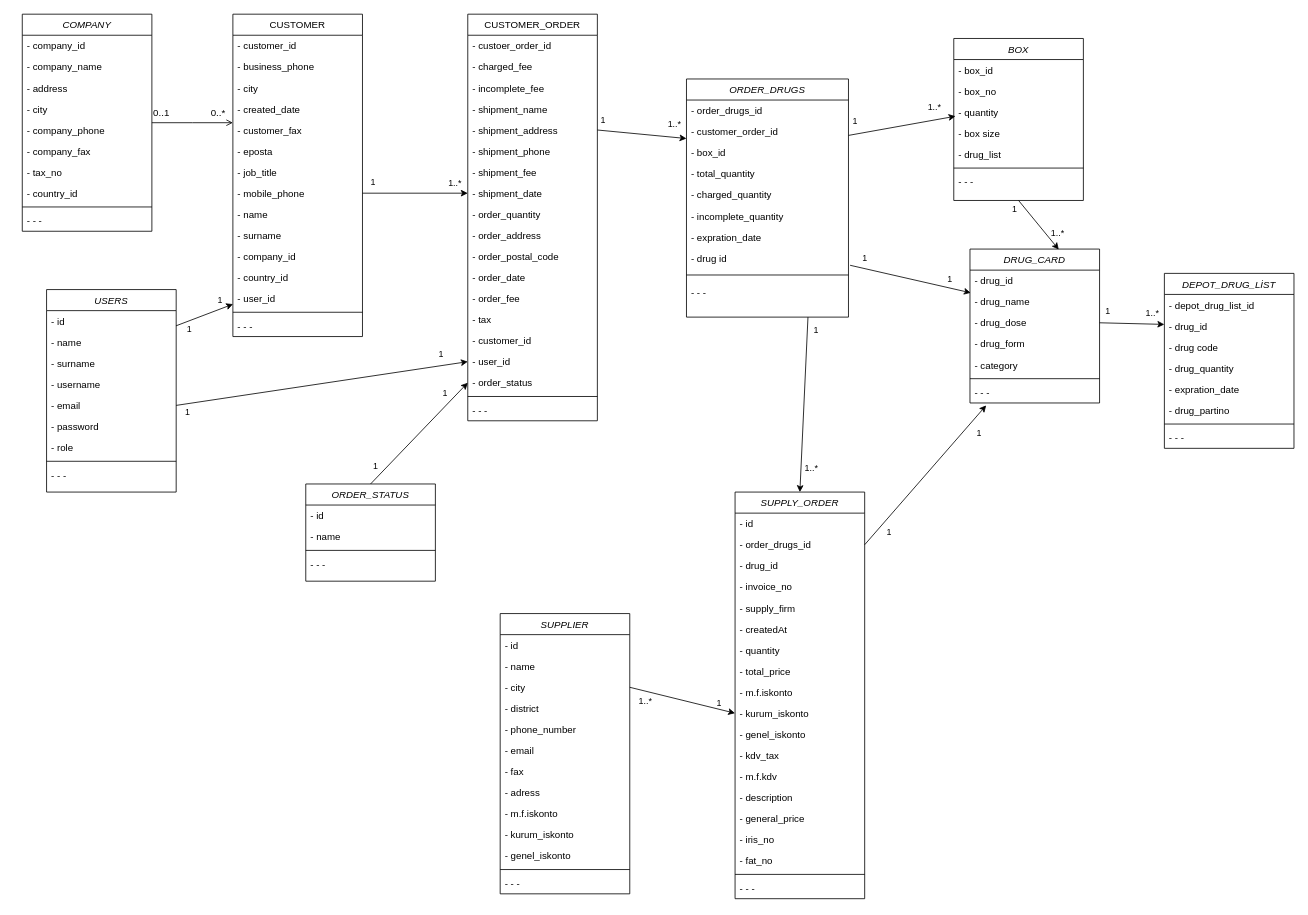
viacelal/diagram keeps this draw.io diagram as Untitled Diagram.drawio. Above is the earlier version. Source tidied: cells renumbered, new cells numbered last; positions are measured from the earlier drawing's top-left corner, leaving out a move shared by most shapes. Both pictures are drawn from the tidied source at 81%, with x=0, y=0 at pixel (22, 14).
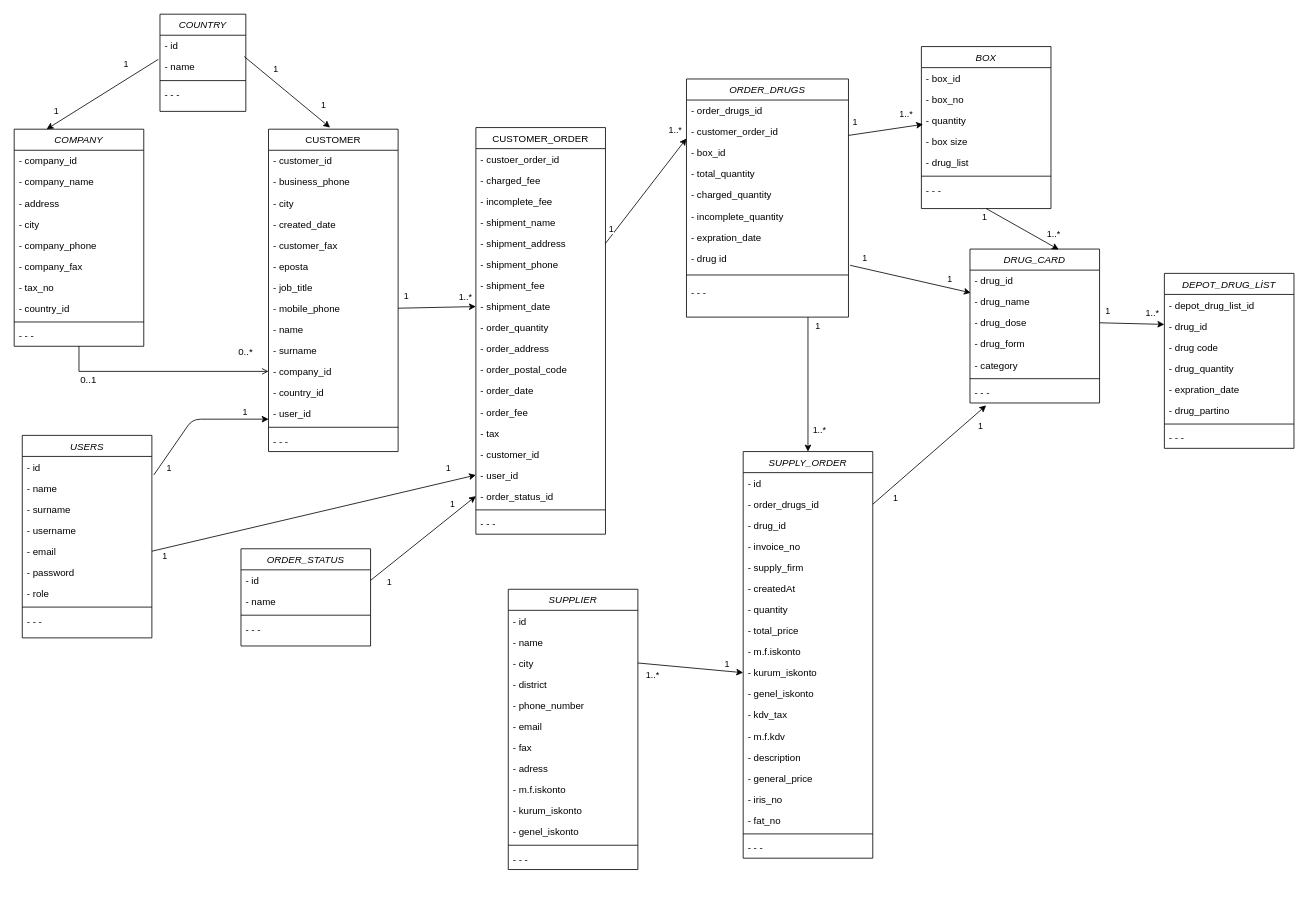
After the change.

Unchanged cells that the change refers to:
```xml
<mxCell id="24" value="- company_id" style="text;align=left;verticalAlign=top;spacingLeft=4;spacingRight=4;overflow=hidden;points=[[0,0.5],[1,0.5]];portConstraint=eastwest;rounded=0;shadow=0;html=0;" parent="13" vertex="1">
  <mxGeometry y="286" width="160" height="26" as="geometry" />
</mxCell>
<mxCell id="26" value="- user_id" style="text;align=left;verticalAlign=top;spacingLeft=4;spacingRight=4;overflow=hidden;points=[[0,0.5],[1,0.5]];portConstraint=eastwest;rounded=0;shadow=0;html=0;" parent="13" vertex="1">
  <mxGeometry y="338" width="160" height="26" as="geometry" />
</mxCell>
<mxCell id="70" value="- id" style="text;align=left;verticalAlign=top;spacingLeft=4;spacingRight=4;overflow=hidden;points=[[0,0.5],[1,0.5]];portConstraint=eastwest;" parent="69" vertex="1">
  <mxGeometry y="26" width="160" height="26" as="geometry" />
</mxCell>
<mxCell id="71" value="- name" style="text;align=left;verticalAlign=top;spacingLeft=4;spacingRight=4;overflow=hidden;points=[[0,0.5],[1,0.5]];portConstraint=eastwest;" parent="69" vertex="1">
  <mxGeometry y="52" width="160" height="26" as="geometry" />
</mxCell>
<mxCell id="149" value="- id" style="text;align=left;verticalAlign=top;spacingLeft=4;spacingRight=4;overflow=hidden;points=[[0,0.5],[1,0.5]];portConstraint=eastwest;" parent="148" vertex="1">
  <mxGeometry y="26" width="160" height="26" as="geometry" />
</mxCell>
<mxCell id="164" style="endArrow=classic;html=1;entryX=0.013;entryY=-0.308;entryDx=0;entryDy=0;entryPerimeter=0;exitX=1.001;exitY=0.678;exitDx=0;exitDy=0;exitPerimeter=0;" parent="1" edge="1" source="57" target="112">
  <mxGeometry relative="1" as="geometry" />
</mxCell>
```

Change to the diagram source:
```diff
@@
     <mxCell id="2" value="COMPANY&#10;" style="swimlane;fontStyle=2;align=center;verticalAlign=top;horizontal=1;startSize=26;rounded=0;shadow=0;strokeWidth=1;" parent="1" vertex="1">
-      <mxGeometry width="160" height="268" as="geometry" />
+      <mxGeometry x="-10" y="142" width="160" height="268" as="geometry" />
     </mxCell>
@@
     <mxCell id="13" value="CUSTOMER&#10;" style="swimlane;fontStyle=0;align=center;verticalAlign=top;horizontal=1;startSize=26;rounded=0;shadow=0;strokeWidth=1;" parent="1" vertex="1">
-      <mxGeometry x="260" width="160" height="398" as="geometry" />
+      <mxGeometry x="304" y="142" width="160" height="398" as="geometry" />
     </mxCell>
@@
-    <mxCell id="29" style="endArrow=open;shadow=0;strokeWidth=1;rounded=0;endFill=1;edgeStyle=elbowEdgeStyle;elbow=vertical;" parent="1" edge="1" source="2" target="13">
+    <mxCell id="29" style="endArrow=open;shadow=0;strokeWidth=1;rounded=0;endFill=1;edgeStyle=elbowEdgeStyle;elbow=vertical;entryX=0;entryY=0.5;entryDx=0;entryDy=0;" parent="1" edge="1" source="2" target="24">
       <mxGeometry x="0.5" y="41" relative="1" as="geometry">
+        <Array as="points">
+          <mxPoint x="240" y="441" />
+          <mxPoint x="210" y="460" />
+        </Array>
         <mxPoint x="-40" y="32" as="offset" />
       </mxGeometry>
     </mxCell>
     <mxCell id="30" value="0..1" style="align=left;verticalAlign=bottom;labelBackgroundColor=none;fontSize=12;" parent="29" vertex="1">
       <mxGeometry x="-1" relative="1" as="geometry">
-        <mxPoint y="-3.7" as="offset" />
+        <mxPoint y="49.3" as="offset" />
       </mxGeometry>
     </mxCell>
     <mxCell id="31" value="0..*" style="align=right;verticalAlign=bottom;labelBackgroundColor=none;fontSize=12;" parent="29" vertex="1">
       <mxGeometry x="1" relative="1" as="geometry">
-        <mxPoint x="-7.9" y="-3.7" as="offset" />
+        <mxPoint x="-17.9" y="-15.7" as="offset" />
       </mxGeometry>
     </mxCell>
     <mxCell id="32" value="CUSTOMER_ORDER" style="swimlane;fontStyle=0;align=center;verticalAlign=top;horizontal=1;startSize=26;rounded=0;shadow=0;strokeWidth=1;" parent="1" vertex="1">
-      <mxGeometry x="550" width="160" height="502" as="geometry" />
+      <mxGeometry x="560" y="140" width="160" height="502" as="geometry" />
     </mxCell>
@@
-    <mxCell id="49" value="- order_status" style="text;align=left;verticalAlign=top;spacingLeft=4;spacingRight=4;overflow=hidden;points=[[0,0.5],[1,0.5]];portConstraint=eastwest;rounded=0;shadow=0;html=0;" parent="32" vertex="1">
+    <mxCell id="49" value="- order_status_id" style="text;align=left;verticalAlign=top;spacingLeft=4;spacingRight=4;overflow=hidden;points=[[0,0.5],[1,0.5]];portConstraint=eastwest;rounded=0;shadow=0;html=0;" parent="32" vertex="1">
       <mxGeometry y="442" width="160" height="26" as="geometry" />
     </mxCell>
@@
     <mxCell id="69" value="USERS" style="swimlane;fontStyle=2;align=center;verticalAlign=top;horizontal=1;startSize=26;rounded=0;shadow=0;strokeWidth=1;" parent="1" vertex="1">
-      <mxGeometry x="30" y="340" width="160" height="250" as="geometry" />
+      <mxGeometry y="520" width="160" height="250" as="geometry" />
     </mxCell>
@@
-    <mxCell id="79" style="endArrow=classic;html=1;exitX=0.999;exitY=0.721;exitDx=0;exitDy=0;exitPerimeter=0;entryX=0.001;entryY=0.769;entryDx=0;entryDy=0;entryPerimeter=0;" parent="1" edge="1" source="70" target="26">
-      <mxGeometry relative="1" as="geometry" />
+    <mxCell id="79" style="endArrow=classic;html=1;exitX=1.015;exitY=-0.121;exitDx=0;exitDy=0;exitPerimeter=0;entryX=0.001;entryY=0.769;entryDx=0;entryDy=0;entryPerimeter=0;" parent="1" edge="1" source="71" target="26">
+      <mxGeometry relative="1" as="geometry">
+        <Array as="points">
+          <mxPoint x="210" y="500" />
+        </Array>
+      </mxGeometry>
     </mxCell>
@@
     <mxCell id="85" value="SUPPLY_ORDER" style="swimlane;fontStyle=2;align=center;verticalAlign=top;horizontal=1;startSize=26;rounded=0;shadow=0;strokeWidth=1;" parent="1" vertex="1">
-      <mxGeometry x="880" y="590" width="160" height="502" as="geometry" />
+      <mxGeometry x="890" y="540" width="160" height="502" as="geometry" />
     </mxCell>
@@
     <mxCell id="108" value="BOX" style="swimlane;fontStyle=2;align=center;verticalAlign=top;horizontal=1;startSize=26;rounded=0;shadow=0;strokeWidth=1;" parent="1" vertex="1">
-      <mxGeometry x="1150" y="30" width="160" height="200" as="geometry" />
+      <mxGeometry x="1110" y="40" width="160" height="200" as="geometry" />
     </mxCell>
@@
     <mxCell id="128" value="SUPPLIER" style="swimlane;fontStyle=2;align=center;verticalAlign=top;horizontal=1;startSize=26;rounded=0;shadow=0;strokeWidth=1;" parent="1" vertex="1">
-      <mxGeometry x="590" y="740" width="160" height="346" as="geometry" />
+      <mxGeometry x="600" y="710" width="160" height="346" as="geometry" />
     </mxCell>
@@
     <mxCell id="148" value="ORDER_STATUS" style="swimlane;fontStyle=2;align=center;verticalAlign=top;horizontal=1;startSize=26;rounded=0;shadow=0;strokeWidth=1;" parent="1" vertex="1">
-      <mxGeometry x="350" y="580" width="160" height="120" as="geometry" />
+      <mxGeometry x="270" y="660" width="160" height="120" as="geometry" />
     </mxCell>
@@
-    <mxCell id="153" style="endArrow=classic;html=1;exitX=0.5;exitY=0;exitDx=0;exitDy=0;entryX=0;entryY=0.5;entryDx=0;entryDy=0;" parent="1" edge="1" source="148" target="49">
+    <mxCell id="153" style="endArrow=classic;html=1;exitX=1;exitY=0.5;exitDx=0;exitDy=0;entryX=0;entryY=0.5;entryDx=0;entryDy=0;" parent="1" edge="1" source="149" target="49">
       <mxGeometry relative="1" as="geometry" />
     </mxCell>
     <mxCell id="154" value="1" style="edgeLabel;html=1;align=center;verticalAlign=middle;" parent="153" vertex="1">
       <mxGeometry x="-0.72" y="-2" relative="1" as="geometry">
-        <mxPoint x="-13" y="-7" as="offset" />
+        <mxPoint x="3" y="14" as="offset" />
       </mxGeometry>
     </mxCell>
@@
     <mxCell id="166" value="1" style="edgeLabel;html=1;align=center;verticalAlign=middle;" parent="164" vertex="1">
       <mxGeometry x="-0.84" y="-1" relative="1" as="geometry">
-        <mxPoint x="-4" y="-17" as="offset" />
+        <mxPoint y="-17" as="offset" />
       </mxGeometry>
     </mxCell>
@@
+    <mxCell id="173" value="COUNTRY" style="swimlane;fontStyle=2;align=center;verticalAlign=top;horizontal=1;startSize=26;rounded=0;shadow=0;strokeWidth=1;" parent="1" vertex="1">
+      <mxGeometry x="170" width="106" height="120" as="geometry" />
+    </mxCell>
+    <mxCell id="174" value="- id" style="text;align=left;verticalAlign=top;spacingLeft=4;spacingRight=4;overflow=hidden;points=[[0,0.5],[1,0.5]];portConstraint=eastwest;" parent="173" vertex="1">
+      <mxGeometry y="26" width="106" height="26" as="geometry" />
+    </mxCell>
+    <mxCell id="175" value="- name" style="text;align=left;verticalAlign=top;spacingLeft=4;spacingRight=4;overflow=hidden;points=[[0,0.5],[1,0.5]];portConstraint=eastwest;" parent="173" vertex="1">
+      <mxGeometry y="52" width="106" height="26" as="geometry" />
+    </mxCell>
+    <mxCell id="176" style="line;html=1;strokeWidth=1;align=left;verticalAlign=middle;spacingTop=-1;spacingLeft=3;spacingRight=3;labelPosition=right;" parent="173" vertex="1">
+      <mxGeometry y="78" width="106" height="8" as="geometry" />
+    </mxCell>
+    <mxCell id="177" value="- - -" style="text;align=left;verticalAlign=top;spacingLeft=4;spacingRight=4;overflow=hidden;" parent="173" vertex="1">
+      <mxGeometry y="86" width="106" height="26" as="geometry" />
+    </mxCell>
+    <mxCell id="178" style="endArrow=classic;html=1;exitX=0.981;exitY=1.011;exitDx=0;exitDy=0;exitPerimeter=0;" parent="1" edge="1" source="174">
+      <mxGeometry relative="1" as="geometry">
+        <mxPoint x="380" y="140" as="targetPoint" />
+      </mxGeometry>
+    </mxCell>
+    <mxCell id="179" value="1" style="edgeLabel;html=1;align=center;verticalAlign=middle;" parent="178" vertex="1">
+      <mxGeometry x="0.62" y="4" relative="1" as="geometry">
+        <mxPoint x="9" y="-8" as="offset" />
+      </mxGeometry>
+    </mxCell>
+    <mxCell id="180" value="1" style="edgeLabel;html=1;align=center;verticalAlign=middle;" parent="178" vertex="1">
+      <mxGeometry x="-0.45" y="-1" relative="1" as="geometry">
+        <mxPoint x="10" y="-10" as="offset" />
+      </mxGeometry>
+    </mxCell>
+    <mxCell id="181" style="endArrow=classic;html=1;exitX=-0.019;exitY=0.143;exitDx=0;exitDy=0;exitPerimeter=0;entryX=0.25;entryY=0;entryDx=0;entryDy=0;" parent="1" edge="1" source="175" target="2">
+      <mxGeometry relative="1" as="geometry" />
+    </mxCell>
+    <mxCell id="182" value="1" style="edgeLabel;html=1;align=center;verticalAlign=middle;" parent="181" vertex="1">
+      <mxGeometry x="0.68" y="-3" relative="1" as="geometry">
+        <mxPoint x="-9" y="-6" as="offset" />
+      </mxGeometry>
+    </mxCell>
+    <mxCell id="183" value="1" style="edgeLabel;html=1;align=center;verticalAlign=middle;" parent="181" vertex="1">
+      <mxGeometry x="-0.59" y="-5" relative="1" as="geometry">
+        <mxPoint x="-10" y="-7" as="offset" />
+      </mxGeometry>
+    </mxCell>
```
